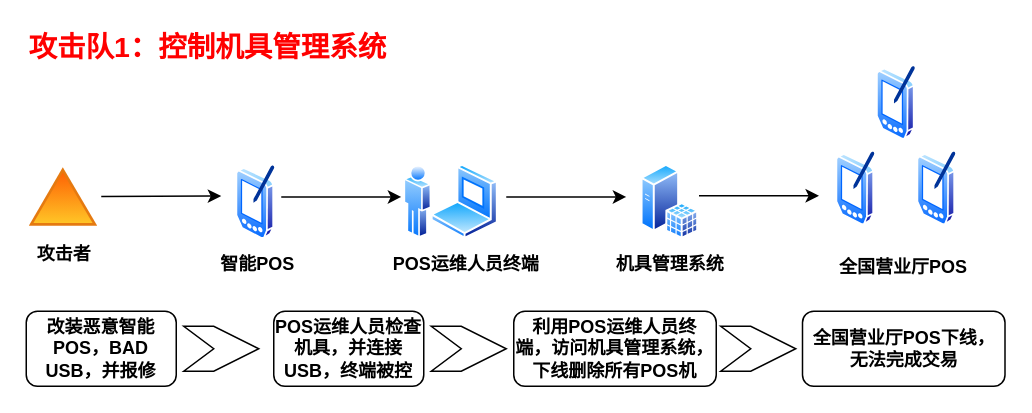
This is page "第 1 页" (1 of 4) of sandbox.drawio from razor/1102_decoration, a draw.io file, before an edit. Source tidied: cells renumbered, new cells numbered last; positions are measured from the earlier drawing's top-left corner, leaving out a move shared by most shapes. Both pictures are drawn from the tidied source at 150%, with x=0, y=0 at pixel (26, 26).
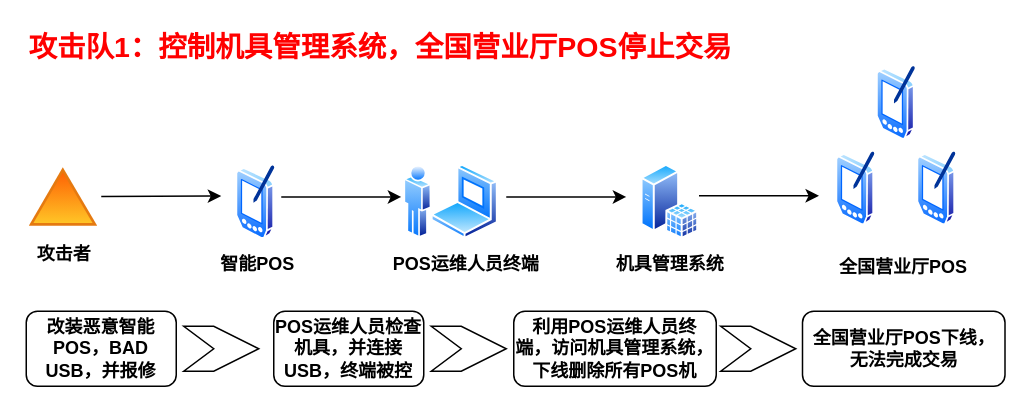
Above is the later version.

Change to the diagram source:
```diff
@@
-    <mxCell id="14" value="&lt;b style=&quot;font-size: 19px;&quot;&gt;攻击队1：控制机具管理系统&lt;/b&gt;" style="text;html=1;strokeColor=none;fillColor=none;align=left;verticalAlign=middle;whiteSpace=wrap;rounded=0;fontColor=#ff0000;fontSize=19;" parent="1" vertex="1">
+    <mxCell id="14" value="&lt;b style=&quot;font-size: 19px;&quot;&gt;攻击队1：控制机具管理系统，全国营业厅POS停止交易&lt;/b&gt;" style="text;html=1;strokeColor=none;fillColor=none;align=left;verticalAlign=middle;whiteSpace=wrap;rounded=0;fontColor=#ff0000;fontSize=19;" parent="1" vertex="1">
       <mxGeometry width="490" height="30" as="geometry" />
     </mxCell>
```
